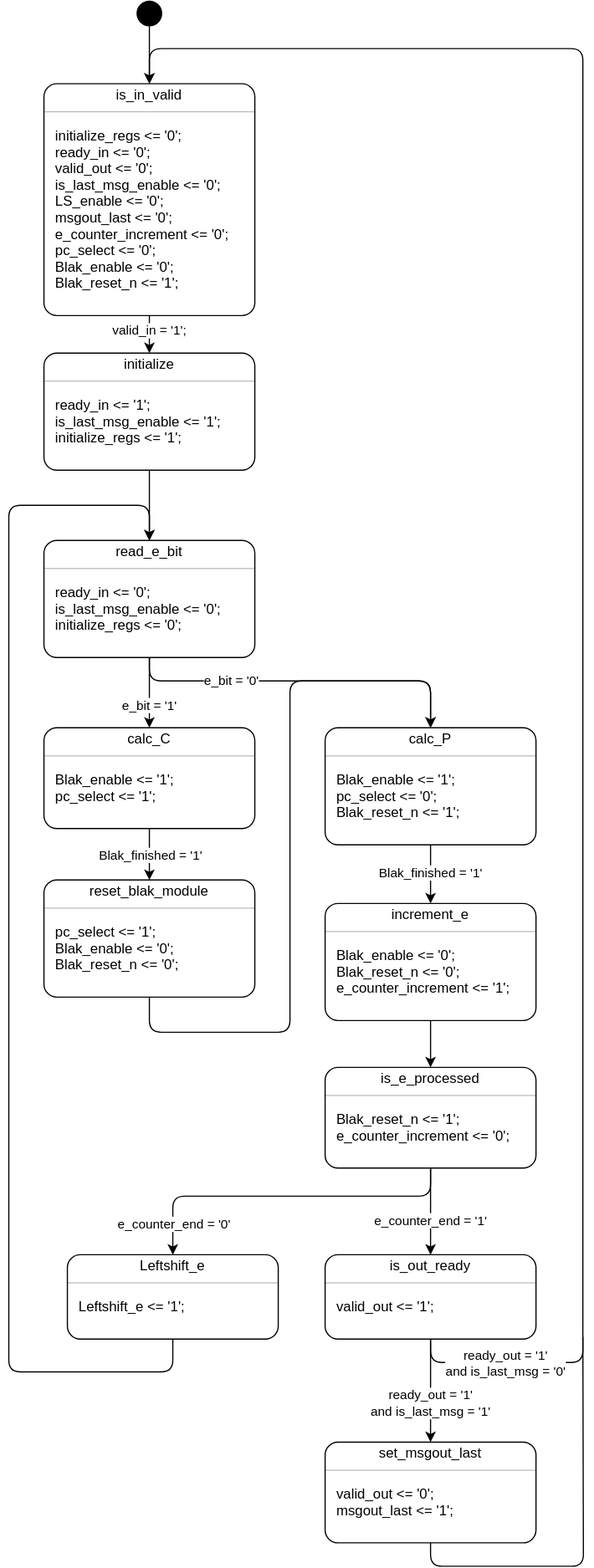
The draw.io diagram mod_exp_fsm.svg in marnicbar/tfe4141, before a commit. Source tidied: cells renumbered, new cells last; positions are measured from the earlier drawing's top-left corner, leaving out a move shared by most shapes.
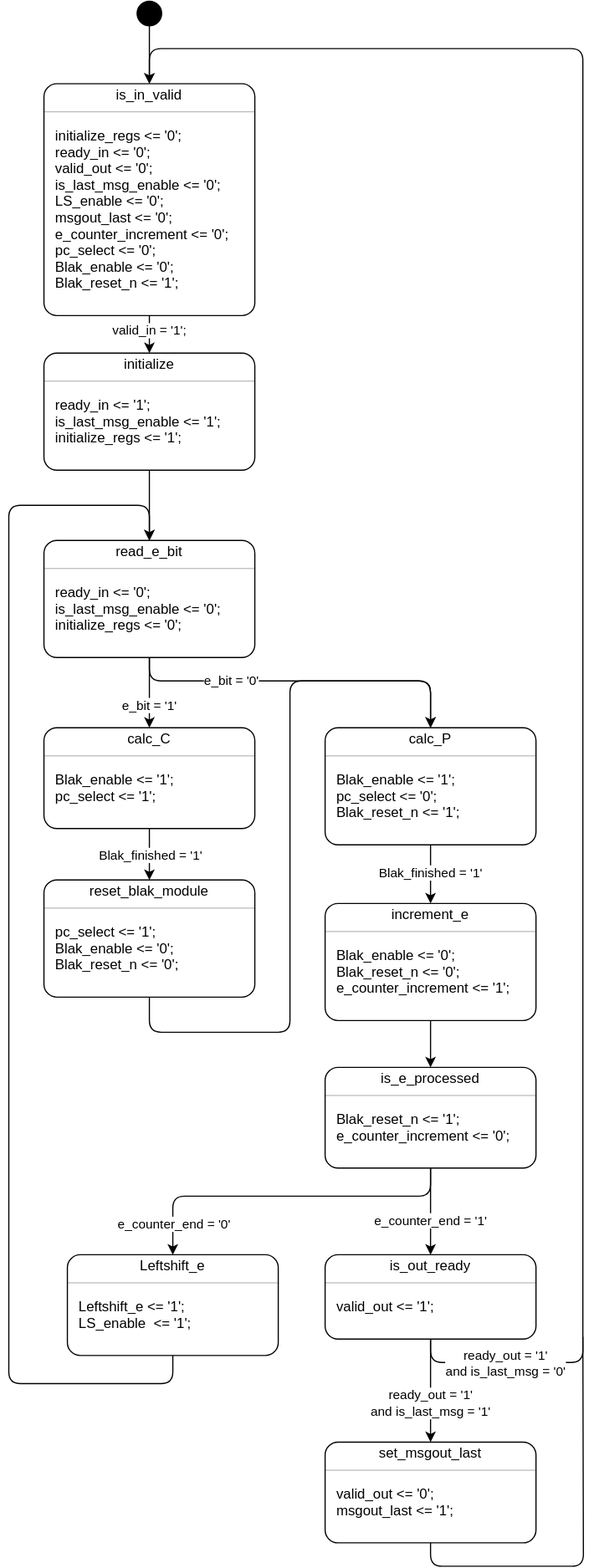
The same file after the commit.

Commit message:
Test LS_enable signal

Change to the diagram source:
```diff
@@ -242,7 +242,7 @@
       <mxGeometry y="66" width="180" height="20" as="geometry" />
     </mxCell>
     <mxCell id="78" style="fontStyle=1;align=center;verticalAlign=middle;horizontal=1;rounded=1;absoluteArcSize=1;arcSize=22;" parent="1" vertex="1">
-      <mxGeometry x="50" y="1070" width="180" height="72" as="geometry" />
+      <mxGeometry x="50" y="1070" width="180" height="86" as="geometry" />
     </mxCell>
     <mxCell id="79" value="Leftshift_e" style="html=1;align=center;spacing=0;verticalAlign=middle;strokeColor=none;fillColor=none;whiteSpace=wrap;" parent="78" vertex="1">
       <mxGeometry width="180" height="20" as="geometry" />
@@ -256,8 +256,11 @@
     <mxCell id="82" value="Leftshift_e &amp;lt;= '1';" style="html=1;align=left;spacing=0;spacingLeft=10;verticalAlign=middle;strokeColor=none;fillColor=none;whiteSpace=wrap;" parent="78" vertex="1">
       <mxGeometry y="38" width="180" height="14" as="geometry" />
     </mxCell>
+    <mxCell id="115" value="LS_enable&amp;nbsp; &amp;lt;= '1';" style="html=1;align=left;spacing=0;spacingLeft=10;verticalAlign=middle;strokeColor=none;fillColor=none;whiteSpace=wrap;" parent="78" vertex="1">
+      <mxGeometry y="52" width="180" height="14" as="geometry" />
+    </mxCell>
     <mxCell id="83" style="html=1;align=left;spacing=0;spacingLeft=10;verticalAlign=middle;strokeColor=none;fillColor=none;whiteSpace=wrap;" parent="78" vertex="1">
-      <mxGeometry y="52" width="180" height="20" as="geometry" />
+      <mxGeometry y="66" width="180" height="20" as="geometry" />
     </mxCell>
     <mxCell id="84" style="fontStyle=1;align=center;verticalAlign=middle;horizontal=1;rounded=1;absoluteArcSize=1;arcSize=22;" parent="1" vertex="1">
       <mxGeometry x="270" y="1070" width="180" height="72" as="geometry" />
@@ -355,8 +358,8 @@
     <mxCell id="108" style="edgeStyle=orthogonalEdgeStyle;rounded=1;jettySize=auto;html=1;exitX=0.5;exitY=1;exitDx=0;exitDy=0;entryX=0.5;entryY=0;entryDx=0;entryDy=0;curved=0;" parent="1" edge="1" source="83" target="28">
       <mxGeometry relative="1" as="geometry">
         <Array as="points">
-          <mxPoint x="140" y="1170" />
-          <mxPoint y="1170" />
+          <mxPoint x="140" y="1180" />
+          <mxPoint y="1180" />
           <mxPoint y="430" />
           <mxPoint x="120" y="430" />
         </Array>
```
